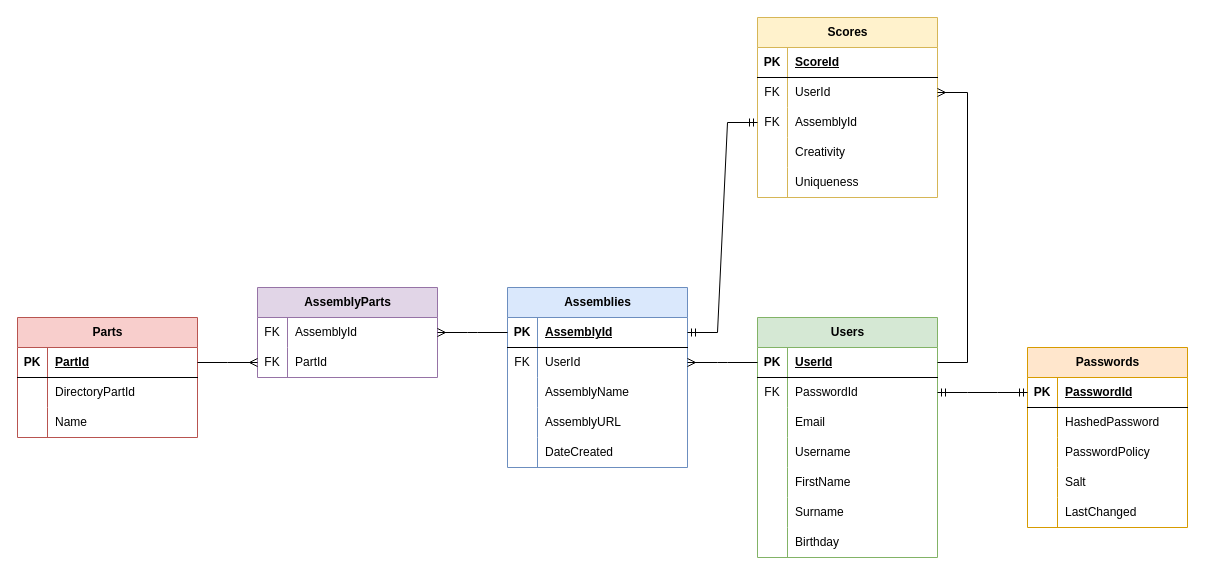
Before: Documentation/SQL_Layout.drawio in rarepops/BrickConnect, a draw.io diagram. Source tidied: cells renumbered, new cells numbered last; positions are measured from the earlier drawing's top-left corner, leaving out a move shared by most shapes. Both pictures are drawn from the tidied source at 100%, with x=0, y=0 at pixel (17, 17).
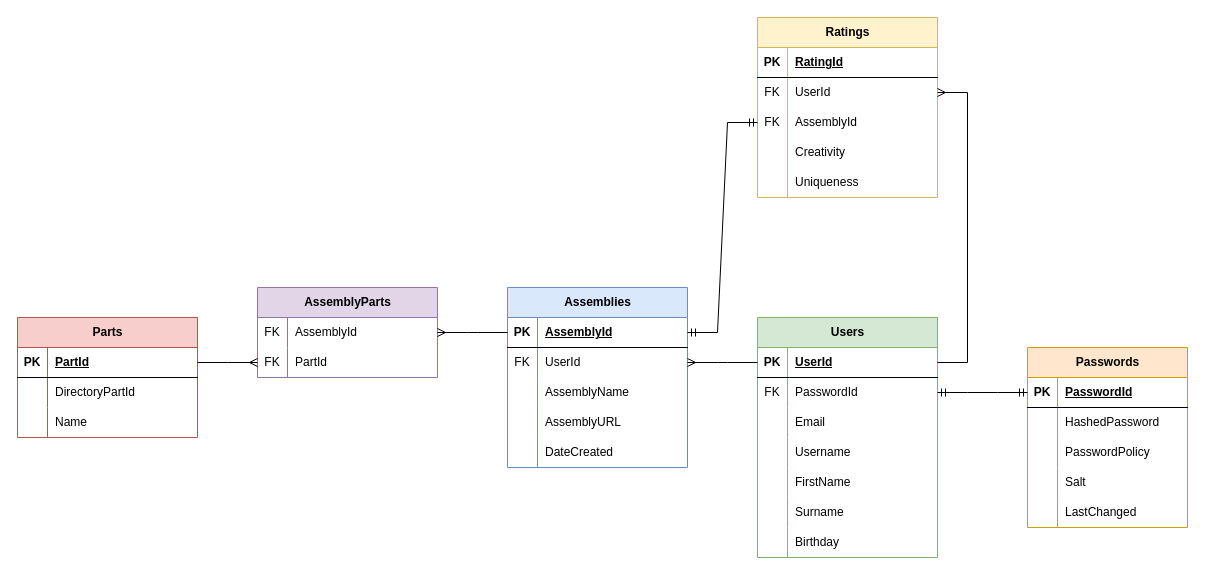
The same diagram, later.

The change refers to these unchanged cells:
```xml
<mxCell id="52" style="shape=tableRow;horizontal=0;startSize=0;swimlaneHead=0;swimlaneBody=0;fillColor=none;top=0;left=0;right=0;bottom=1;" parent="51" vertex="1">
  <mxGeometry y="30" width="180" height="30" as="geometry" />
</mxCell>
```

What changed in the source:
```diff
@@
-    <mxCell id="51" value="Scores" style="shape=table;startSize=30;childLayout=tableLayout;rowLines=0;fontStyle=1;align=center;html=1;fillColor=#fff2cc;strokeColor=#d6b656;" parent="1" vertex="1">
+    <mxCell id="51" value="Ratings" style="shape=table;startSize=30;childLayout=tableLayout;rowLines=0;fontStyle=1;align=center;html=1;fillColor=#fff2cc;strokeColor=#d6b656;" parent="1" vertex="1">
       <mxGeometry x="740" width="180" height="180" as="geometry" />
     </mxCell>
@@
-    <mxCell id="54" value="ScoreId" style="shape=partialRectangle;fillColor=none;top=0;left=0;bottom=0;right=0;align=left;spacingLeft=6;fontStyle=5;overflow=hidden;whiteSpace=wrap;html=1;" parent="52" vertex="1">
+    <mxCell id="54" value="RatingId" style="shape=partialRectangle;fillColor=none;top=0;left=0;bottom=0;right=0;align=left;spacingLeft=6;fontStyle=5;overflow=hidden;whiteSpace=wrap;html=1;" parent="52" vertex="1">
       <mxGeometry x="30" width="150" height="30" as="geometry" />
     </mxCell>
```
